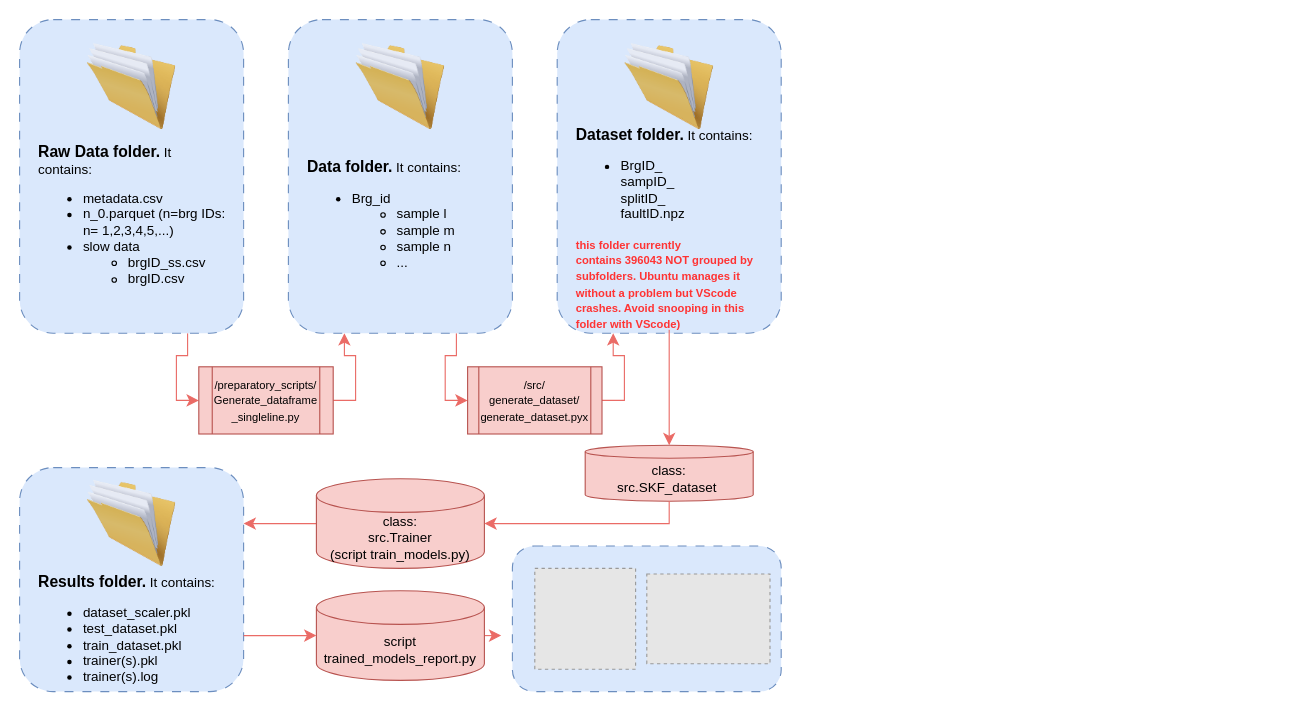
Earlier version of the draw.io diagram rdm_figure.drawio (arielpriarone/drawings). Source tidied: cells renumbered, new cells numbered last; positions are measured from the earlier drawing's top-left corner, leaving out a move shared by most shapes. Both pictures are drawn from the tidied source at 112%, with x=0, y=0 at pixel (19, 19). Pictures stored in the file or linked from it are replaced by grey dashed boxes.
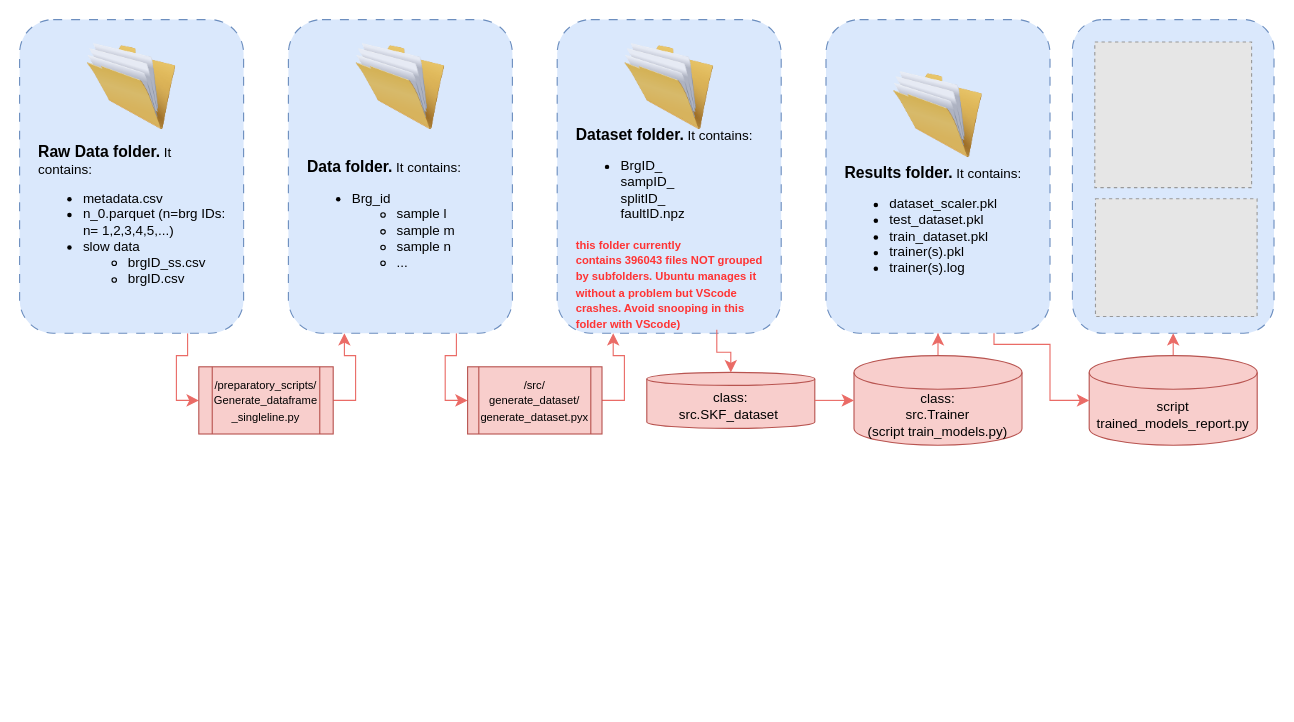
The same diagram, later.

What changed in the source:
```diff
@@
     <mxCell id="2" style="rounded=1;whiteSpace=wrap;html=1;fillColor=#dae8fc;dashed=1;dashPattern=8 8;strokeColor=#6c8ebf;" parent="1" vertex="1">
-      <mxGeometry x="440" y="470" width="240" height="130" as="geometry" />
+      <mxGeometry x="940" width="180" height="280" as="geometry" />
     </mxCell>
@@
-    <mxCell id="15" value="&lt;b&gt;&lt;font style=&quot;font-size: 14px;&quot;&gt;Dataset folder.&lt;/font&gt;&lt;/b&gt; It contains:&lt;div&gt;&lt;ul&gt;&lt;li&gt;BrgID_&lt;br&gt;sampID_&lt;br&gt;splitID_&lt;br&gt;faultID.npz&lt;br&gt;&lt;/li&gt;&lt;/ul&gt;&lt;font style=&quot;font-size: 10px; color: rgb(255, 51, 51);&quot;&gt;&lt;b&gt;this folder currently contains&amp;nbsp;396043 NOT grouped by subfolders. Ubuntu manages it without a problem but VScode crashes. Avoid snooping in this folder with VScode)&lt;/b&gt;&lt;/font&gt;&lt;/div&gt;" style="text;html=1;align=left;verticalAlign=middle;whiteSpace=wrap;rounded=0;" parent="1" vertex="1">
+    <mxCell id="15" value="&lt;b&gt;&lt;font style=&quot;font-size: 14px;&quot;&gt;Dataset folder.&lt;/font&gt;&lt;/b&gt; It contains:&lt;div&gt;&lt;ul&gt;&lt;li&gt;BrgID_&lt;br&gt;sampID_&lt;br&gt;splitID_&lt;br&gt;faultID.npz&lt;br&gt;&lt;/li&gt;&lt;/ul&gt;&lt;font style=&quot;font-size: 10px; color: rgb(255, 51, 51);&quot;&gt;&lt;b&gt;this folder currently contains&amp;nbsp;396043 files NOT grouped by subfolders. Ubuntu manages it without a problem but VScode crashes. Avoid snooping in this folder with VScode)&lt;/b&gt;&lt;/font&gt;&lt;/div&gt;" style="text;html=1;align=left;verticalAlign=middle;whiteSpace=wrap;rounded=0;" parent="1" vertex="1">
       <mxGeometry x="495" y="97" width="170" height="180" as="geometry" />
     </mxCell>
@@
     <mxCell id="18" value="&lt;span&gt;class:&lt;br&gt;src.SKF_dataset&amp;nbsp;&lt;/span&gt;" style="shape=cylinder3;whiteSpace=wrap;html=1;boundedLbl=1;backgroundOutline=1;size=5.803662300109863;fontFamily=Helvetica;fontSize=12;labelBackgroundColor=none;fillColor=#f8cecc;strokeColor=#b85450;" parent="1" vertex="1">
-      <mxGeometry x="505" y="380" width="150" height="50" as="geometry" />
+      <mxGeometry x="560" y="315" width="150" height="50" as="geometry" />
     </mxCell>
-    <mxCell id="19" style="edgeStyle=orthogonalEdgeStyle;shape=connector;rounded=0;jettySize=auto;html=1;exitX=0.5;exitY=1;exitDx=0;exitDy=0;entryX=0.5;entryY=0;entryDx=0;entryDy=0;entryPerimeter=0;shadow=0;strokeColor=#EA6B66;align=center;verticalAlign=middle;fontFamily=Helvetica;fontSize=12;fontColor=default;labelBackgroundColor=default;startSize=8;endArrow=classic;endSize=8;" parent="1" edge="1" source="15" target="18">
-      <mxGeometry relative="1" as="geometry" />
-    </mxCell>
-    <mxCell id="20" style="edgeStyle=orthogonalEdgeStyle;shape=connector;rounded=0;jettySize=auto;html=1;exitX=0;exitY=0.5;exitDx=0;exitDy=0;exitPerimeter=0;entryX=1;entryY=0.25;entryDx=0;entryDy=0;shadow=0;strokeColor=#EA6B66;align=center;verticalAlign=middle;fontFamily=Helvetica;fontSize=12;fontColor=default;labelBackgroundColor=default;startSize=8;endArrow=classic;endSize=8;" parent="1" edge="1" source="21" target="22">
+    <mxCell id="20" style="edgeStyle=orthogonalEdgeStyle;shape=connector;rounded=0;jettySize=auto;html=1;exitX=0.5;exitY=0;exitDx=0;exitDy=0;exitPerimeter=0;shadow=0;strokeColor=#EA6B66;align=center;verticalAlign=middle;fontFamily=Helvetica;fontSize=12;fontColor=default;labelBackgroundColor=default;startSize=8;endArrow=classic;endSize=8;" parent="1" edge="1" source="21" target="22">
       <mxGeometry relative="1" as="geometry" />
     </mxCell>
     <mxCell id="21" value="&lt;span&gt;class:&lt;br&gt;src.Trainer&lt;br&gt;(script train_models.py)&lt;/span&gt;" style="shape=cylinder3;whiteSpace=wrap;html=1;boundedLbl=1;backgroundOutline=1;size=15;fontFamily=Helvetica;fontSize=12;labelBackgroundColor=none;fillColor=#f8cecc;strokeColor=#b85450;" parent="1" vertex="1">
-      <mxGeometry x="265" y="410" width="150" height="80" as="geometry" />
+      <mxGeometry x="745" y="300" width="150" height="80" as="geometry" />
     </mxCell>
     <mxCell id="22" style="rounded=1;whiteSpace=wrap;html=1;fillColor=#dae8fc;dashed=1;dashPattern=8 8;strokeColor=#6c8ebf;" parent="1" vertex="1">
-      <mxGeometry y="400" width="200" height="200" as="geometry" />
+      <mxGeometry x="720" width="200" height="280" as="geometry" />
     </mxCell>
     <mxCell id="23" style="image;html=1;image=img/lib/clip_art/general/Full_Folder_128x128.png;" parent="1" vertex="1">
-      <mxGeometry x="60" y="410" width="80" height="80" as="geometry" />
+      <mxGeometry x="780" y="45" width="80" height="80" as="geometry" />
     </mxCell>
     <mxCell id="24" value="&lt;b&gt;&lt;font style=&quot;font-size: 14px;&quot;&gt;Results folder.&lt;/font&gt;&lt;/b&gt; It contains:&lt;div&gt;&lt;ul&gt;&lt;li&gt;dataset_scaler.pkl&lt;/li&gt;&lt;li&gt;test_dataset.pkl&lt;/li&gt;&lt;li&gt;train_dataset.pkl&lt;/li&gt;&lt;li&gt;trainer(s).pkl&lt;/li&gt;&lt;li&gt;trainer(s).log&lt;/li&gt;&lt;/ul&gt;&lt;/div&gt;" style="text;html=1;align=left;verticalAlign=middle;whiteSpace=wrap;rounded=0;" parent="1" vertex="1">
-      <mxGeometry x="15" y="490" width="170" height="120" as="geometry" />
+      <mxGeometry x="735" y="125" width="170" height="120" as="geometry" />
     </mxCell>
-    <mxCell id="25" style="edgeStyle=orthogonalEdgeStyle;shape=connector;rounded=0;jettySize=auto;html=1;exitX=1;exitY=0.5;exitDx=0;exitDy=0;exitPerimeter=0;shadow=0;strokeColor=#EA6B66;align=center;verticalAlign=middle;fontFamily=Helvetica;fontSize=12;fontColor=default;labelBackgroundColor=default;startSize=8;endArrow=classic;endSize=8;" parent="1" edge="1" source="26">
-      <mxGeometry relative="1" as="geometry">
-        <mxPoint x="430" y="549.8" as="targetPoint" />
-      </mxGeometry>
-    </mxCell>
+    <mxCell id="31" style="edgeStyle=orthogonalEdgeStyle;shape=connector;rounded=0;jettySize=auto;html=1;exitX=0.5;exitY=0;exitDx=0;exitDy=0;exitPerimeter=0;entryX=0.5;entryY=1;entryDx=0;entryDy=0;shadow=0;strokeColor=#EA6B66;align=center;verticalAlign=middle;fontFamily=Helvetica;fontSize=12;fontColor=default;labelBackgroundColor=default;startSize=8;endArrow=classic;endSize=8;" parent="1" edge="1" source="26" target="2">
+      <mxGeometry relative="1" as="geometry" />
+    </mxCell>
     <mxCell id="26" value="script&lt;br&gt;trained_models_report.py" style="shape=cylinder3;whiteSpace=wrap;html=1;boundedLbl=1;backgroundOutline=1;size=15;fontFamily=Helvetica;fontSize=12;labelBackgroundColor=none;fillColor=#f8cecc;strokeColor=#b85450;" parent="1" vertex="1">
-      <mxGeometry x="265" y="510" width="150" height="80" as="geometry" />
+      <mxGeometry x="955" y="300" width="150" height="80" as="geometry" />
     </mxCell>
+    <mxCell id="28" style="fillColor=#E6E6E6;strokeColor=#999999;dashed=1;verticalLabelPosition=bottom;labelBackgroundColor=default;verticalAlign=top;" parent="1" vertex="1">
+      <mxGeometry x="960" y="20" width="140" height="130" as="geometry" />
+    </mxCell>
+    <mxCell id="30" style="fillColor=#E6E6E6;strokeColor=#999999;dashed=1;verticalLabelPosition=bottom;labelBackgroundColor=default;verticalAlign=top;" parent="1" vertex="1">
+      <mxGeometry x="960.6" y="160" width="144.3" height="105.1" as="geometry" />
+    </mxCell>
+    <mxCell id="19" style="edgeStyle=orthogonalEdgeStyle;shape=connector;rounded=0;jettySize=auto;html=1;exitX=0.75;exitY=1;exitDx=0;exitDy=0;entryX=0.5;entryY=0;entryDx=0;entryDy=0;entryPerimeter=0;shadow=0;strokeColor=#EA6B66;align=center;verticalAlign=middle;fontFamily=Helvetica;fontSize=12;fontColor=default;labelBackgroundColor=default;startSize=8;endArrow=classic;endSize=8;" parent="1" edge="1" source="15" target="18">
+      <mxGeometry relative="1" as="geometry" />
+    </mxCell>
+    <mxCell id="29" style="edgeStyle=orthogonalEdgeStyle;shape=connector;rounded=0;jettySize=auto;html=1;exitX=1;exitY=0.5;exitDx=0;exitDy=0;exitPerimeter=0;entryX=0;entryY=0.5;entryDx=0;entryDy=0;entryPerimeter=0;shadow=0;strokeColor=#EA6B66;align=center;verticalAlign=middle;fontFamily=Helvetica;fontSize=12;fontColor=default;labelBackgroundColor=default;startSize=8;endArrow=classic;endSize=8;" parent="1" edge="1" source="18" target="21">
+      <mxGeometry relative="1" as="geometry" />
+    </mxCell>
-    <mxCell id="27" style="edgeStyle=orthogonalEdgeStyle;shape=connector;rounded=0;jettySize=auto;html=1;exitX=1;exitY=0.75;exitDx=0;exitDy=0;entryX=0;entryY=0.5;entryDx=0;entryDy=0;entryPerimeter=0;shadow=0;strokeColor=#EA6B66;align=center;verticalAlign=middle;fontFamily=Helvetica;fontSize=12;fontColor=default;labelBackgroundColor=default;startSize=8;endArrow=classic;endSize=8;" parent="1" edge="1" source="22" target="26">
-      <mxGeometry relative="1" as="geometry" />
+    <mxCell id="27" style="edgeStyle=orthogonalEdgeStyle;shape=connector;rounded=0;jettySize=auto;html=1;exitX=0.75;exitY=1;exitDx=0;exitDy=0;entryX=0;entryY=0.5;entryDx=0;entryDy=0;entryPerimeter=0;shadow=0;strokeColor=#EA6B66;align=center;verticalAlign=middle;fontFamily=Helvetica;fontSize=12;fontColor=default;labelBackgroundColor=default;startSize=8;endArrow=classic;endSize=8;" parent="1" edge="1" source="22" target="26">
+      <mxGeometry relative="1" as="geometry">
+        <Array as="points">
+          <mxPoint x="870" y="290" />
+          <mxPoint x="920" y="290" />
+          <mxPoint x="920" y="340" />
+        </Array>
+      </mxGeometry>
     </mxCell>
-    <mxCell id="28" style="fillColor=#E6E6E6;strokeColor=#999999;dashed=1;verticalLabelPosition=bottom;labelBackgroundColor=default;verticalAlign=top;" parent="1" vertex="1">
-      <mxGeometry x="460" y="490" width="90" height="90" as="geometry" />
-    </mxCell>
-    <mxCell id="29" style="edgeStyle=orthogonalEdgeStyle;shape=connector;rounded=0;jettySize=auto;html=1;exitX=0.5;exitY=1;exitDx=0;exitDy=0;exitPerimeter=0;entryX=1;entryY=0.5;entryDx=0;entryDy=0;entryPerimeter=0;shadow=0;strokeColor=#EA6B66;align=center;verticalAlign=middle;fontFamily=Helvetica;fontSize=12;fontColor=default;labelBackgroundColor=default;startSize=8;endArrow=classic;endSize=8;" parent="1" edge="1" source="18" target="21">
-      <mxGeometry relative="1" as="geometry" />
-    </mxCell>
-    <mxCell id="30" style="fillColor=#E6E6E6;strokeColor=#999999;dashed=1;verticalLabelPosition=bottom;labelBackgroundColor=default;verticalAlign=top;" parent="1" vertex="1">
-      <mxGeometry x="560" y="495" width="110" height="80.1" as="geometry" />
-    </mxCell>
```
